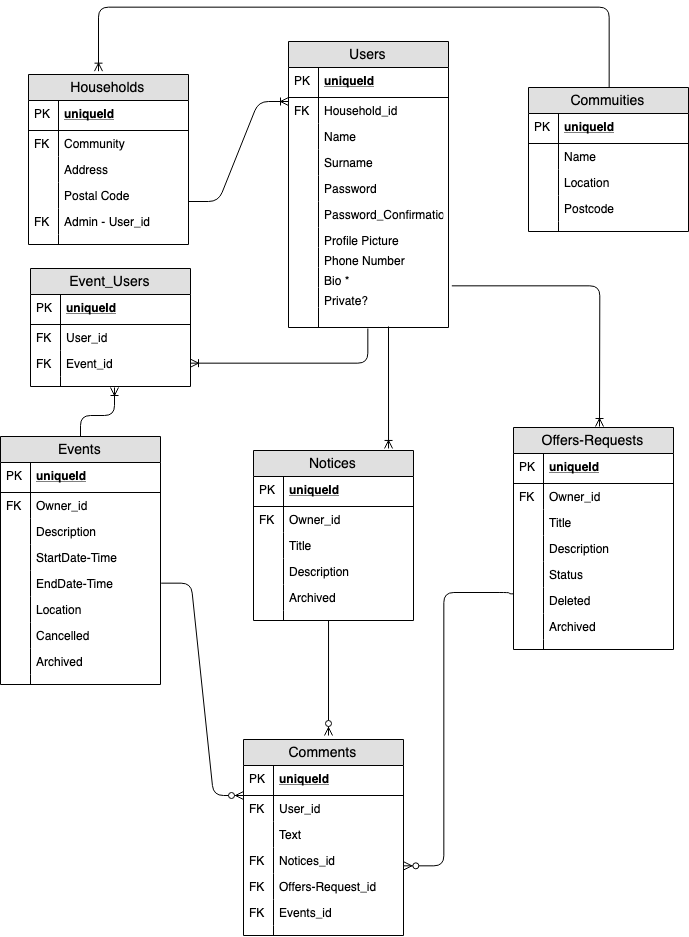
This is project_planning/ERD.png from hurtlethefrog/Cup_of_Sugar, a draw.io export, as it was before one commit. Source tidied: cells renumbered, new cells last; positions are measured from the earlier drawing's top-left corner, leaving out a move shared by most shapes.
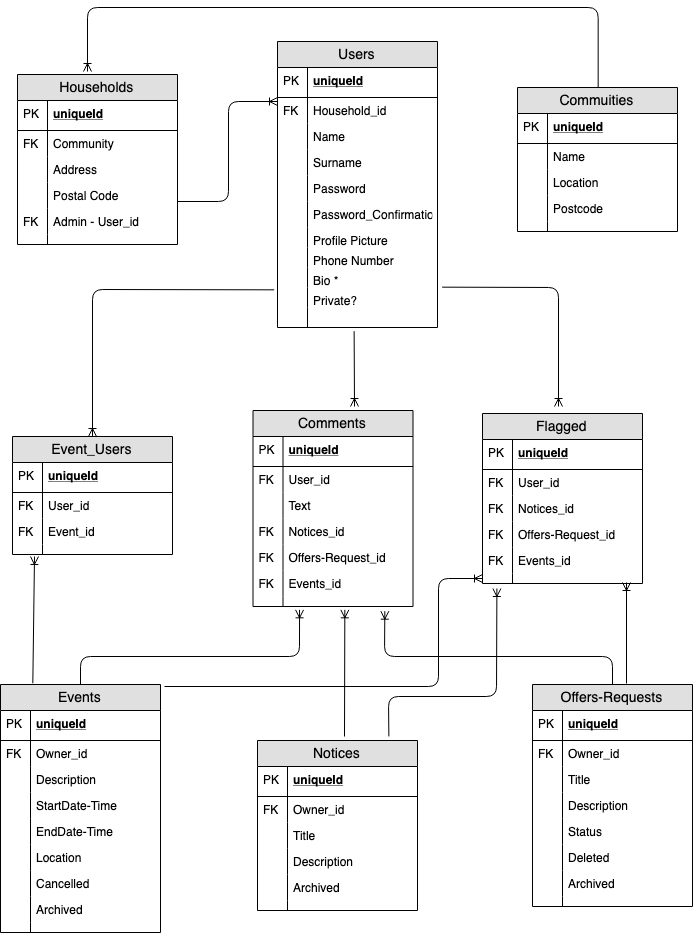
After the change.

Commit message:
add ERD and Wireframe

The edit, as a diff of the source:
```diff
@@ -144,7 +144,7 @@
       <mxGeometry width="30" height="10" as="geometry" />
     </mxCell>
     <mxCell id="49" value="Events" style="swimlane;fontStyle=0;horizontal=1;startSize=26;fillColor=#e0e0e0;swimlaneFillColor=#ffffff;align=center;fontSize=14;" parent="1" vertex="1">
-      <mxGeometry y="429" width="160" height="248" as="geometry" />
+      <mxGeometry x="11" y="677" width="160" height="248" as="geometry" />
     </mxCell>
     <mxCell id="50" value="uniqueId" style="shape=partialRectangle;top=0;left=0;right=0;bottom=1;align=left;verticalAlign=middle;fillColor=none;spacingLeft=34;spacingRight=4;overflow=hidden;fontStyle=5;fontSize=12;" parent="49" vertex="1">
       <mxGeometry y="26" width="160" height="30" as="geometry" />
@@ -201,13 +201,8 @@
       <mxGeometry width="30" height="10" as="geometry" />
     </mxCell>
     <mxCell id="68" value="Notices" style="swimlane;fontStyle=0;horizontal=1;startSize=26;fillColor=#e0e0e0;swimlaneFillColor=#ffffff;align=center;fontSize=14;" parent="1" vertex="1">
-      <mxGeometry x="253" y="443" width="160" height="170" as="geometry" />
+      <mxGeometry x="268" y="733" width="160" height="170" as="geometry" />
     </mxCell>
-    <mxCell id="69" style="fontSize=12;html=1;endArrow=ERoneToMany;entryX=0.844;entryY=-0.012;entryDx=0;entryDy=0;entryPerimeter=0;" parent="68" edge="1" target="68">
-      <mxGeometry relative="1" as="geometry">
-        <mxPoint x="135" y="-124" as="sourcePoint" />
-      </mxGeometry>
-    </mxCell>
     <mxCell id="70" value="uniqueId" style="shape=partialRectangle;top=0;left=0;right=0;bottom=1;align=left;verticalAlign=middle;fillColor=none;spacingLeft=34;spacingRight=4;overflow=hidden;fontStyle=5;fontSize=12;" parent="68" vertex="1">
       <mxGeometry y="26" width="160" height="30" as="geometry" />
     </mxCell>
@@ -245,7 +240,7 @@
       <mxGeometry width="30" height="10" as="geometry" />
     </mxCell>
     <mxCell id="82" value="Offers-Requests" style="swimlane;fontStyle=0;horizontal=1;startSize=26;fillColor=#e0e0e0;swimlaneFillColor=#ffffff;align=center;fontSize=14;" parent="1" vertex="1">
-      <mxGeometry x="513" y="420" width="160" height="222" as="geometry" />
+      <mxGeometry x="543" y="677" width="160" height="222" as="geometry" />
     </mxCell>
     <mxCell id="83" value="uniqueId" style="shape=partialRectangle;top=0;left=0;right=0;bottom=1;align=left;verticalAlign=middle;fillColor=none;spacingLeft=34;spacingRight=4;overflow=hidden;fontStyle=5;fontSize=12;" parent="82" vertex="1">
       <mxGeometry y="26" width="160" height="30" as="geometry" />
@@ -296,7 +291,7 @@
       <mxGeometry width="30" height="10" as="geometry" />
     </mxCell>
     <mxCell id="99" value="Event_Users" style="swimlane;fontStyle=0;horizontal=1;startSize=26;fillColor=#e0e0e0;swimlaneFillColor=#ffffff;align=center;fontSize=14;" parent="1" vertex="1">
-      <mxGeometry x="30" y="261" width="160" height="118" as="geometry" />
+      <mxGeometry x="23" y="429" width="160" height="118" as="geometry" />
     </mxCell>
     <mxCell id="100" value="uniqueId" style="shape=partialRectangle;top=0;left=0;right=0;bottom=1;align=left;verticalAlign=middle;fillColor=none;spacingLeft=34;spacingRight=4;overflow=hidden;fontStyle=5;fontSize=12;" parent="99" vertex="1">
       <mxGeometry y="26" width="160" height="30" as="geometry" />
@@ -323,7 +318,7 @@
       <mxGeometry width="30" height="10" as="geometry" />
     </mxCell>
     <mxCell id="108" value="Comments" style="swimlane;fontStyle=0;horizontal=1;startSize=26;fillColor=#e0e0e0;swimlaneFillColor=#ffffff;align=center;fontSize=14;" parent="1" vertex="1">
-      <mxGeometry x="243" y="732" width="160" height="196" as="geometry" />
+      <mxGeometry x="263.5" y="403" width="160" height="196" as="geometry" />
     </mxCell>
     <mxCell id="109" value="uniqueId" style="shape=partialRectangle;top=0;left=0;right=0;bottom=1;align=left;verticalAlign=middle;fillColor=none;spacingLeft=34;spacingRight=4;overflow=hidden;fontStyle=5;fontSize=12;" parent="108" vertex="1">
       <mxGeometry y="26" width="160" height="30" as="geometry" />
@@ -367,50 +362,16 @@
     <mxCell id="122" style="shape=partialRectangle;top=0;left=0;bottom=0;fillColor=none;align=left;verticalAlign=top;spacingLeft=4;spacingRight=4;overflow=hidden;fontSize=12;" parent="121" vertex="1">
       <mxGeometry width="30" height="10" as="geometry" />
     </mxCell>
-    <mxCell id="123" style="edgeStyle=entityRelationEdgeStyle;fontSize=12;html=1;endArrow=ERzeroToMany;endFill=1;exitX=1;exitY=0.5;exitDx=0;exitDy=0;" parent="1" edge="1" source="58">
-      <mxGeometry relative="1" as="geometry">
-        <mxPoint x="243" y="788" as="targetPoint" />
-      </mxGeometry>
-    </mxCell>
-    <mxCell id="124" style="fontSize=12;html=1;endArrow=ERzeroToMany;endFill=1;exitX=0.469;exitY=1;exitDx=0;exitDy=0;exitPerimeter=0;" parent="1" edge="1" source="80">
-      <mxGeometry relative="1" as="geometry">
-        <mxPoint x="328" y="728" as="targetPoint" />
-      </mxGeometry>
-    </mxCell>
-    <mxCell id="125" style="edgeStyle=orthogonalEdgeStyle;fontSize=12;html=1;endArrow=ERzeroToMany;endFill=1;exitX=-0.006;exitY=0.231;exitDx=0;exitDy=0;exitPerimeter=0;" parent="1" edge="1">
-      <mxGeometry relative="1" as="geometry">
-        <mxPoint x="512" y="586" as="sourcePoint" />
-        <mxPoint x="403" y="858" as="targetPoint" />
-        <Array as="points">
-          <mxPoint x="508" y="586" />
-          <mxPoint x="508" y="585" />
-          <mxPoint x="443" y="585" />
-          <mxPoint x="443" y="858" />
-        </Array>
-      </mxGeometry>
-    </mxCell>
-    <mxCell id="126" style="edgeStyle=entityRelationEdgeStyle;fontSize=12;html=1;endArrow=ERoneToMany;" parent="1" edge="1">
+    <mxCell id="126" style="fontSize=12;html=1;endArrow=ERoneToMany;" parent="1" edge="1">
       <mxGeometry relative="1" as="geometry">
         <mxPoint x="188" y="194" as="sourcePoint" />
         <mxPoint x="288" y="94" as="targetPoint" />
+        <Array as="points">
+          <mxPoint x="239" y="194" />
+          <mxPoint x="239" y="94" />
+        </Array>
       </mxGeometry>
     </mxCell>
-    <mxCell id="127" style="edgeStyle=orthogonalEdgeStyle;fontSize=12;html=1;endArrow=ERoneToMany;exitX=0.494;exitY=1.05;exitDx=0;exitDy=0;exitPerimeter=0;entryX=1;entryY=0.5;entryDx=0;entryDy=0;" parent="1" edge="1" source="36" target="104">
-      <mxGeometry relative="1" as="geometry" />
-    </mxCell>
-    <mxCell id="128" style="fontSize=12;html=1;endArrow=ERoneToMany;exitX=0.5;exitY=0;exitDx=0;exitDy=0;entryX=0.525;entryY=1.1;entryDx=0;entryDy=0;entryPerimeter=0;" parent="1" edge="1" source="49" target="106">
-      <mxGeometry relative="1" as="geometry">
-        <Array as="points">
-          <mxPoint x="80" y="408" />
-          <mxPoint x="114" y="408" />
-        </Array>
-      </mxGeometry>
-    </mxCell>
-    <mxCell id="129" style="edgeStyle=orthogonalEdgeStyle;fontSize=12;html=1;endArrow=ERoneToMany;exitX=1.019;exitY=-0.1;exitDx=0;exitDy=0;exitPerimeter=0;" parent="1" edge="1" source="34">
-      <mxGeometry relative="1" as="geometry">
-        <mxPoint x="599" y="419" as="targetPoint" />
-      </mxGeometry>
-    </mxCell>
     <mxCell id="130" style="fontSize=12;html=1;endArrow=ERoneToMany;edgeStyle=orthogonalEdgeStyle;entryX=0.438;entryY=-0.02;entryDx=0;entryDy=0;entryPerimeter=0;" parent="1" edge="1" target="2">
       <mxGeometry relative="1" as="geometry">
         <mxPoint x="609" y="80" as="sourcePoint" />
@@ -420,5 +381,113 @@
         </Array>
       </mxGeometry>
     </mxCell>
+    <mxCell id="131" value="Flagged" style="swimlane;fontStyle=0;horizontal=1;startSize=26;fillColor=#e0e0e0;swimlaneFillColor=#ffffff;align=center;fontSize=14;" parent="1" vertex="1">
+      <mxGeometry x="493" y="406" width="160" height="170" as="geometry" />
+    </mxCell>
+    <mxCell id="132" value="uniqueId" style="shape=partialRectangle;top=0;left=0;right=0;bottom=1;align=left;verticalAlign=middle;fillColor=none;spacingLeft=34;spacingRight=4;overflow=hidden;fontStyle=5;fontSize=12;" parent="131" vertex="1">
+      <mxGeometry y="26" width="160" height="30" as="geometry" />
+    </mxCell>
+    <mxCell id="133" value="PK" style="shape=partialRectangle;top=0;left=0;bottom=0;fillColor=none;align=left;verticalAlign=middle;spacingLeft=4;spacingRight=4;overflow=hidden;fontSize=12;" parent="132" vertex="1">
+      <mxGeometry width="30" height="30" as="geometry" />
+    </mxCell>
+    <mxCell id="134" value="User_id" style="shape=partialRectangle;top=0;left=0;right=0;bottom=0;align=left;verticalAlign=top;fillColor=none;spacingLeft=34;spacingRight=4;overflow=hidden;fontSize=12;" parent="131" vertex="1">
+      <mxGeometry y="56" width="160" height="26" as="geometry" />
+    </mxCell>
+    <mxCell id="135" value="FK" style="shape=partialRectangle;top=0;left=0;bottom=0;fillColor=none;align=left;verticalAlign=top;spacingLeft=4;spacingRight=4;overflow=hidden;fontSize=12;" parent="134" vertex="1">
+      <mxGeometry width="30" height="26" as="geometry" />
+    </mxCell>
+    <mxCell id="136" value="Notices_id" style="shape=partialRectangle;top=0;left=0;right=0;bottom=0;align=left;verticalAlign=top;fillColor=none;spacingLeft=34;spacingRight=4;overflow=hidden;fontSize=12;" parent="131" vertex="1">
+      <mxGeometry y="82" width="160" height="26" as="geometry" />
+    </mxCell>
+    <mxCell id="137" value="FK" style="shape=partialRectangle;top=0;left=0;bottom=0;fillColor=none;align=left;verticalAlign=top;spacingLeft=4;spacingRight=4;overflow=hidden;fontSize=12;" parent="136" vertex="1">
+      <mxGeometry width="30" height="26" as="geometry" />
+    </mxCell>
+    <mxCell id="138" value="Offers-Request_id" style="shape=partialRectangle;top=0;left=0;right=0;bottom=0;align=left;verticalAlign=top;fillColor=none;spacingLeft=34;spacingRight=4;overflow=hidden;fontSize=12;" parent="131" vertex="1">
+      <mxGeometry y="108" width="160" height="26" as="geometry" />
+    </mxCell>
+    <mxCell id="139" value="FK" style="shape=partialRectangle;top=0;left=0;bottom=0;fillColor=none;align=left;verticalAlign=top;spacingLeft=4;spacingRight=4;overflow=hidden;fontSize=12;" parent="138" vertex="1">
+      <mxGeometry width="30" height="26" as="geometry" />
+    </mxCell>
+    <mxCell id="140" value="Events_id" style="shape=partialRectangle;top=0;left=0;right=0;bottom=0;align=left;verticalAlign=top;fillColor=none;spacingLeft=34;spacingRight=4;overflow=hidden;fontSize=12;" parent="131" vertex="1">
+      <mxGeometry y="134" width="160" height="26" as="geometry" />
+    </mxCell>
+    <mxCell id="141" value="FK" style="shape=partialRectangle;top=0;left=0;bottom=0;fillColor=none;align=left;verticalAlign=top;spacingLeft=4;spacingRight=4;overflow=hidden;fontSize=12;" parent="140" vertex="1">
+      <mxGeometry width="30" height="26" as="geometry" />
+    </mxCell>
+    <mxCell id="142" style="shape=partialRectangle;top=0;left=0;right=0;bottom=0;align=left;verticalAlign=top;fillColor=none;spacingLeft=34;spacingRight=4;overflow=hidden;points=[[0,0.5],[1,0.5]];portConstraint=eastwest;fontSize=12;" parent="131" vertex="1">
+      <mxGeometry y="160" width="160" height="10" as="geometry" />
+    </mxCell>
+    <mxCell id="143" style="shape=partialRectangle;top=0;left=0;bottom=0;fillColor=none;align=left;verticalAlign=top;spacingLeft=4;spacingRight=4;overflow=hidden;fontSize=12;" parent="142" vertex="1">
+      <mxGeometry width="30" height="10" as="geometry" />
+    </mxCell>
+    <mxCell id="144" style="fontSize=12;html=1;endArrow=ERoneToMany;entryX=0.574;entryY=1.333;entryDx=0;entryDy=0;entryPerimeter=0;" parent="1" edge="1" target="121">
+      <mxGeometry relative="1" as="geometry">
+        <mxPoint x="355" y="729" as="sourcePoint" />
+      </mxGeometry>
+    </mxCell>
+    <mxCell id="145" style="fontSize=12;html=1;endArrow=ERoneToMany;entryX=0.824;entryY=1.467;entryDx=0;entryDy=0;entryPerimeter=0;exitX=0.5;exitY=0;exitDx=0;exitDy=0;" parent="1" edge="1" source="82" target="121">
+      <mxGeometry relative="1" as="geometry">
+        <Array as="points">
+          <mxPoint x="623" y="649" />
+          <mxPoint x="395" y="649" />
+        </Array>
+      </mxGeometry>
+    </mxCell>
+    <mxCell id="146" style="fontSize=12;html=1;endArrow=ERoneToMany;exitX=0.5;exitY=0;exitDx=0;exitDy=0;entryX=0.291;entryY=1.333;entryDx=0;entryDy=0;entryPerimeter=0;" parent="1" edge="1" source="49" target="121">
+      <mxGeometry relative="1" as="geometry">
+        <Array as="points">
+          <mxPoint x="91" y="649" />
+          <mxPoint x="310" y="649" />
+        </Array>
+      </mxGeometry>
+    </mxCell>
+    <mxCell id="147" style="fontSize=12;html=1;endArrow=ERoneToMany;exitX=-0.021;exitY=0.117;exitDx=0;exitDy=0;exitPerimeter=0;entryX=0.5;entryY=0;entryDx=0;entryDy=0;" parent="1" edge="1" source="34" target="99">
+      <mxGeometry relative="1" as="geometry">
+        <Array as="points">
+          <mxPoint x="103" y="282" />
+        </Array>
+      </mxGeometry>
+    </mxCell>
+    <mxCell id="148" style="fontSize=12;html=1;endArrow=ERoneToMany;exitX=0.202;exitY=-0.005;exitDx=0;exitDy=0;exitPerimeter=0;" parent="1" edge="1" source="49">
+      <mxGeometry relative="1" as="geometry">
+        <mxPoint x="45" y="549" as="targetPoint" />
+      </mxGeometry>
+    </mxCell>
+    <mxCell id="149" style="fontSize=12;html=1;endArrow=ERoneToMany;" parent="1" edge="1">
+      <mxGeometry relative="1" as="geometry">
+        <mxPoint x="637" y="676" as="sourcePoint" />
+        <mxPoint x="637" y="575" as="targetPoint" />
+      </mxGeometry>
+    </mxCell>
+    <mxCell id="150" style="fontSize=12;html=1;endArrow=ERoneToMany;entryX=0.09;entryY=1.5;entryDx=0;entryDy=0;entryPerimeter=0;exitX=0.821;exitY=-0.024;exitDx=0;exitDy=0;exitPerimeter=0;" parent="1" edge="1" source="68" target="142">
+      <mxGeometry relative="1" as="geometry">
+        <Array as="points">
+          <mxPoint x="399" y="689" />
+          <mxPoint x="507" y="689" />
+        </Array>
+      </mxGeometry>
+    </mxCell>
+    <mxCell id="151" style="fontSize=12;html=1;endArrow=ERoneToMany;entryX=0;entryY=0.5;entryDx=0;entryDy=0;" parent="1" edge="1" target="142">
+      <mxGeometry relative="1" as="geometry">
+        <mxPoint x="175" y="679" as="sourcePoint" />
+        <Array as="points">
+          <mxPoint x="449" y="679" />
+          <mxPoint x="449" y="571" />
+        </Array>
+      </mxGeometry>
+    </mxCell>
+    <mxCell id="152" style="fontSize=12;html=1;endArrow=ERoneToMany;exitX=0.479;exitY=1.183;exitDx=0;exitDy=0;exitPerimeter=0;" parent="1" edge="1" source="36">
+      <mxGeometry relative="1" as="geometry">
+        <mxPoint x="365" y="399" as="targetPoint" />
+      </mxGeometry>
+    </mxCell>
+    <mxCell id="153" style="fontSize=12;html=1;endArrow=ERoneToMany;exitX=1.029;exitY=-0.017;exitDx=0;exitDy=0;exitPerimeter=0;" parent="1" edge="1" source="34">
+      <mxGeometry relative="1" as="geometry">
+        <mxPoint x="569" y="399" as="targetPoint" />
+        <Array as="points">
+          <mxPoint x="569" y="280" />
+        </Array>
+      </mxGeometry>
+    </mxCell>
   </root>
 </mxGraphModel>
```
